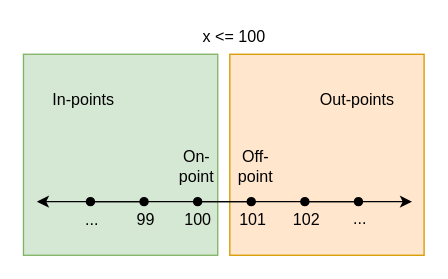
Before: drawio/testing-techniques/boundary-testing/examples/on_off_points.drawio in sf105/sttp-book, a draw.io diagram. Source tidied: cells renumbered, new cells numbered last; positions are measured from the earlier drawing's top-left corner, leaving out a move shared by most shapes. Both pictures are drawn from the tidied source at 134%, with x=0, y=0 at pixel (23, 23).
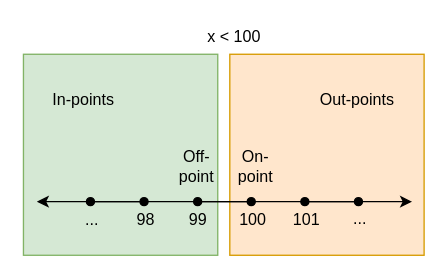
Above is the later version.

Unchanged cells that the change refers to:
```xml
<mxCell id="4" style="endArrow=classic;startArrow=classic;html=1;" parent="1" edge="1">
  <mxGeometry relative="1" as="geometry">
    <mxPoint x="10" y="133" as="sourcePoint" />
    <mxPoint x="290" y="133" as="targetPoint" />
  </mxGeometry>
</mxCell>
```

What changed in the source:
```diff
@@
-    <mxCell id="6" value="99" style="text;html=1;align=center;verticalAlign=middle;labelBackgroundColor=none;" parent="4" vertex="1">
+    <mxCell id="6" value="98" style="text;html=1;align=center;verticalAlign=middle;labelBackgroundColor=none;" parent="4" vertex="1">
       <mxGeometry x="-0.88" relative="1" as="geometry">
         <mxPoint x="63" y="13" as="offset" />
       </mxGeometry>
     </mxCell>
@@
-    <mxCell id="10" value="100" style="text;html=1;align=center;verticalAlign=middle;labelBackgroundColor=none;" parent="1" vertex="1">
+    <mxCell id="10" value="99" style="text;html=1;align=center;verticalAlign=middle;labelBackgroundColor=none;" parent="1" vertex="1">
       <mxGeometry x="66" y="133" as="geometry">
         <mxPoint x="63" y="13" as="offset" />
       </mxGeometry>
     </mxCell>
-    <mxCell id="11" value="101" style="text;html=1;align=center;verticalAlign=middle;labelBackgroundColor=none;" parent="1" vertex="1">
+    <mxCell id="11" value="100" style="text;html=1;align=center;verticalAlign=middle;labelBackgroundColor=none;" parent="1" vertex="1">
       <mxGeometry x="46" y="136" as="geometry">
         <mxPoint x="124" y="10" as="offset" />
       </mxGeometry>
     </mxCell>
-    <mxCell id="12" value="102" style="text;html=1;align=center;verticalAlign=middle;labelBackgroundColor=none;" parent="1" vertex="1">
+    <mxCell id="12" value="101" style="text;html=1;align=center;verticalAlign=middle;labelBackgroundColor=none;" parent="1" vertex="1">
       <mxGeometry x="147" y="133" as="geometry">
         <mxPoint x="63" y="13" as="offset" />
       </mxGeometry>
     </mxCell>
@@
-    <mxCell id="14" value="On-&lt;br&gt;point" style="text;html=1;align=center;verticalAlign=middle;labelBackgroundColor=none;" parent="1" vertex="1">
+    <mxCell id="14" value="Off-&lt;br&gt;point" style="text;html=1;align=center;verticalAlign=middle;labelBackgroundColor=none;" parent="1" vertex="1">
       <mxGeometry x="105" y="93" as="geometry">
         <mxPoint x="23" y="13" as="offset" />
       </mxGeometry>
     </mxCell>
-    <mxCell id="15" value="Off-&lt;br&gt;point" style="text;html=1;align=center;verticalAlign=middle;labelBackgroundColor=none;" parent="1" vertex="1">
+    <mxCell id="15" value="On-&lt;br&gt;point" style="text;html=1;align=center;verticalAlign=middle;labelBackgroundColor=none;" parent="1" vertex="1">
       <mxGeometry x="149" y="93" as="geometry">
         <mxPoint x="23" y="13" as="offset" />
       </mxGeometry>
     </mxCell>
-    <mxCell id="16" value="x &amp;lt;= 100" style="text;html=1;align=center;verticalAlign=top;spacingTop=-4;" parent="1" vertex="1">
+    <mxCell id="16" value="x &amp;lt; 100" style="text;html=1;align=center;verticalAlign=top;spacingTop=-4;" parent="1" vertex="1">
       <mxGeometry x="127" width="60" height="20" as="geometry" />
     </mxCell>
```
